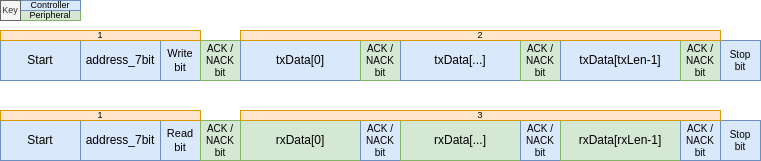
Earlier version of the draw.io export docs/modules/peripherals/images/I2C_Controller_Concept.png (AdamVeazey/edf). Source tidied: cells renumbered, new cells last; positions are measured from the earlier drawing's top-left corner, leaving out a move shared by most shapes.
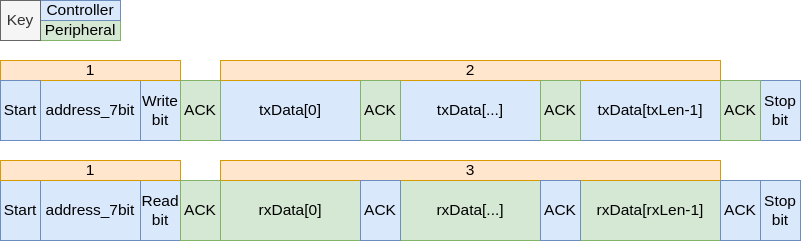
After the commit.

The edit, as a diff of the source:
```diff
@@ -2,92 +2,92 @@
   <root>
     <mxCell id="0" />
     <mxCell id="1" parent="0" />
-    <mxCell id="2" value="Peripheral" style="rounded=0;whiteSpace=wrap;html=1;fillColor=#d5e8d4;strokeColor=#82b366;fontSize=9;" parent="1" vertex="1">
-      <mxGeometry x="20" y="10" width="60" height="10" as="geometry" />
-    </mxCell>
-    <mxCell id="3" value="Controller" style="rounded=0;whiteSpace=wrap;html=1;fillColor=#dae8fc;strokeColor=#6c8ebf;fontSize=9;" parent="1" vertex="1">
-      <mxGeometry x="20" width="60" height="10" as="geometry" />
-    </mxCell>
-    <mxCell id="4" value="Start" style="rounded=0;whiteSpace=wrap;html=1;fillColor=#dae8fc;strokeColor=#6c8ebf;fontSize=12;" parent="1" vertex="1">
-      <mxGeometry y="40" width="80" height="40" as="geometry" />
-    </mxCell>
-    <mxCell id="5" value="address_7bit" style="rounded=0;whiteSpace=wrap;html=1;fillColor=#dae8fc;strokeColor=#6c8ebf;fontSize=12;" parent="1" vertex="1">
-      <mxGeometry x="80" y="40" width="80" height="40" as="geometry" />
+    <mxCell id="5" value="address_7bit" style="rounded=0;whiteSpace=wrap;html=1;fillColor=#dae8fc;strokeColor=#6c8ebf;fontSize=15.5;" parent="1" vertex="1">
+      <mxGeometry x="40" y="80" width="100" height="60" as="geometry" />
     </mxCell>
-    <mxCell id="6" value="Write bit" style="rounded=0;whiteSpace=wrap;html=1;fontSize=11;fillColor=#dae8fc;strokeColor=#6c8ebf;" parent="1" vertex="1">
-      <mxGeometry x="160" y="40" width="40" height="40" as="geometry" />
+    <mxCell id="6" value="Write bit" style="rounded=0;whiteSpace=wrap;html=1;fontSize=15.5;fillColor=#dae8fc;strokeColor=#6c8ebf;" parent="1" vertex="1">
+      <mxGeometry x="140" y="80" width="40" height="60" as="geometry" />
     </mxCell>
-    <mxCell id="7" value="ACK / NACK&lt;br style=&quot;font-size: 10px;&quot;&gt;bit" style="rounded=0;whiteSpace=wrap;html=1;fontSize=10;fillColor=#d5e8d4;strokeColor=#82b366;" parent="1" vertex="1">
-      <mxGeometry x="200" y="40" width="40" height="40" as="geometry" />
-    </mxCell>
-    <mxCell id="8" value="txData[0]" style="rounded=0;whiteSpace=wrap;html=1;fillColor=#dae8fc;strokeColor=#6c8ebf;fontSize=12;" parent="1" vertex="1">
-      <mxGeometry x="240" y="40" width="120" height="40" as="geometry" />
+    <mxCell id="8" value="txData[0]" style="rounded=0;whiteSpace=wrap;html=1;fillColor=#dae8fc;strokeColor=#6c8ebf;fontSize=15.5;" parent="1" vertex="1">
+      <mxGeometry x="220" y="80" width="140" height="60" as="geometry" />
     </mxCell>
-    <mxCell id="9" value="ACK / NACK&lt;br style=&quot;font-size: 10px;&quot;&gt;bit" style="rounded=0;whiteSpace=wrap;html=1;fontSize=10;fillColor=#d5e8d4;strokeColor=#82b366;" parent="1" vertex="1">
-      <mxGeometry x="360" y="40" width="40" height="40" as="geometry" />
-    </mxCell>
-    <mxCell id="10" value="txData[...]" style="rounded=0;whiteSpace=wrap;html=1;fillColor=#dae8fc;strokeColor=#6c8ebf;fontSize=12;" parent="1" vertex="1">
-      <mxGeometry x="400" y="40" width="120" height="40" as="geometry" />
+    <mxCell id="10" value="txData[...]" style="rounded=0;whiteSpace=wrap;html=1;fillColor=#dae8fc;strokeColor=#6c8ebf;fontSize=15.5;" parent="1" vertex="1">
+      <mxGeometry x="400" y="80" width="140" height="60" as="geometry" />
     </mxCell>
-    <mxCell id="11" value="ACK / NACK&lt;br style=&quot;font-size: 10px;&quot;&gt;bit" style="rounded=0;whiteSpace=wrap;html=1;fontSize=10;fillColor=#d5e8d4;strokeColor=#82b366;" parent="1" vertex="1">
-      <mxGeometry x="520" y="40" width="40" height="40" as="geometry" />
-    </mxCell>
-    <mxCell id="12" value="txData[txLen-1]" style="rounded=0;whiteSpace=wrap;html=1;fillColor=#dae8fc;strokeColor=#6c8ebf;fontSize=12;" parent="1" vertex="1">
-      <mxGeometry x="560" y="40" width="120" height="40" as="geometry" />
+    <mxCell id="12" value="txData[txLen-1]" style="rounded=0;whiteSpace=wrap;html=1;fillColor=#dae8fc;strokeColor=#6c8ebf;fontSize=15.5;" parent="1" vertex="1">
+      <mxGeometry x="580" y="80" width="140" height="60" as="geometry" />
     </mxCell>
-    <mxCell id="13" value="ACK / NACK&lt;br style=&quot;font-size: 10px;&quot;&gt;bit" style="rounded=0;whiteSpace=wrap;html=1;fontSize=10;fillColor=#d5e8d4;strokeColor=#82b366;" parent="1" vertex="1">
-      <mxGeometry x="680" y="40" width="40" height="40" as="geometry" />
-    </mxCell>
-    <mxCell id="14" value="Start" style="rounded=0;whiteSpace=wrap;html=1;fillColor=#dae8fc;strokeColor=#6c8ebf;fontSize=12;" parent="1" vertex="1">
-      <mxGeometry y="120" width="80" height="40" as="geometry" />
+    <mxCell id="14" value="Start" style="rounded=0;whiteSpace=wrap;html=1;fillColor=#dae8fc;strokeColor=#6c8ebf;fontSize=15.5;" parent="1" vertex="1">
+      <mxGeometry y="180" width="40" height="60" as="geometry" />
     </mxCell>
-    <mxCell id="15" value="address_7bit" style="rounded=0;whiteSpace=wrap;html=1;fillColor=#dae8fc;strokeColor=#6c8ebf;fontSize=12;" parent="1" vertex="1">
-      <mxGeometry x="80" y="120" width="80" height="40" as="geometry" />
+    <mxCell id="15" value="address_7bit" style="rounded=0;whiteSpace=wrap;html=1;fillColor=#dae8fc;strokeColor=#6c8ebf;fontSize=15.5;" parent="1" vertex="1">
+      <mxGeometry x="40" y="180" width="100" height="60" as="geometry" />
     </mxCell>
-    <mxCell id="16" value="Read&lt;br&gt;bit" style="rounded=0;whiteSpace=wrap;html=1;fontSize=11;fillColor=#dae8fc;strokeColor=#6c8ebf;" parent="1" vertex="1">
-      <mxGeometry x="160" y="120" width="40" height="40" as="geometry" />
+    <mxCell id="16" value="Read&lt;br style=&quot;font-size: 15.5px;&quot;&gt;bit" style="rounded=0;whiteSpace=wrap;html=1;fontSize=15.5;fillColor=#dae8fc;strokeColor=#6c8ebf;" parent="1" vertex="1">
+      <mxGeometry x="140" y="180" width="40" height="60" as="geometry" />
     </mxCell>
-    <mxCell id="17" value="ACK / NACK&lt;br style=&quot;font-size: 10px;&quot;&gt;bit" style="rounded=0;whiteSpace=wrap;html=1;fontSize=10;fillColor=#d5e8d4;strokeColor=#82b366;" parent="1" vertex="1">
-      <mxGeometry x="200" y="120" width="40" height="40" as="geometry" />
-    </mxCell>
-    <mxCell id="18" value="rxData[0]" style="rounded=0;whiteSpace=wrap;html=1;fillColor=#d5e8d4;strokeColor=#82b366;fontSize=12;" parent="1" vertex="1">
-      <mxGeometry x="240" y="120" width="120" height="40" as="geometry" />
+    <mxCell id="18" value="rxData[0]" style="rounded=0;whiteSpace=wrap;html=1;fillColor=#d5e8d4;strokeColor=#82b366;fontSize=15.5;" parent="1" vertex="1">
+      <mxGeometry x="220" y="180" width="140" height="60" as="geometry" />
     </mxCell>
-    <mxCell id="19" value="ACK / NACK&lt;br style=&quot;font-size: 10px;&quot;&gt;bit" style="rounded=0;whiteSpace=wrap;html=1;fontSize=10;fillColor=#dae8fc;strokeColor=#6c8ebf;" parent="1" vertex="1">
-      <mxGeometry x="360" y="120" width="40" height="40" as="geometry" />
-    </mxCell>
-    <mxCell id="20" value="rxData[...]" style="rounded=0;whiteSpace=wrap;html=1;fillColor=#d5e8d4;strokeColor=#82b366;fontSize=12;" parent="1" vertex="1">
-      <mxGeometry x="400" y="120" width="120" height="40" as="geometry" />
+    <mxCell id="20" value="rxData[...]" style="rounded=0;whiteSpace=wrap;html=1;fillColor=#d5e8d4;strokeColor=#82b366;fontSize=15.5;" parent="1" vertex="1">
+      <mxGeometry x="400" y="180" width="140" height="60" as="geometry" />
     </mxCell>
-    <mxCell id="21" value="ACK / NACK&lt;br style=&quot;font-size: 10px;&quot;&gt;bit" style="rounded=0;whiteSpace=wrap;html=1;fontSize=10;fillColor=#dae8fc;strokeColor=#6c8ebf;" parent="1" vertex="1">
-      <mxGeometry x="520" y="120" width="40" height="40" as="geometry" />
-    </mxCell>
-    <mxCell id="22" value="rxData[rxLen-1]" style="rounded=0;whiteSpace=wrap;html=1;fillColor=#d5e8d4;strokeColor=#82b366;fontSize=12;" parent="1" vertex="1">
-      <mxGeometry x="560" y="120" width="120" height="40" as="geometry" />
+    <mxCell id="22" value="rxData[rxLen-1]" style="rounded=0;whiteSpace=wrap;html=1;fillColor=#d5e8d4;strokeColor=#82b366;fontSize=15.5;" parent="1" vertex="1">
+      <mxGeometry x="580" y="180" width="140" height="60" as="geometry" />
     </mxCell>
-    <mxCell id="23" value="ACK / NACK&lt;br style=&quot;font-size: 10px;&quot;&gt;bit" style="rounded=0;whiteSpace=wrap;html=1;fontSize=10;fillColor=#dae8fc;strokeColor=#6c8ebf;" parent="1" vertex="1">
-      <mxGeometry x="680" y="120" width="40" height="40" as="geometry" />
-    </mxCell>
-    <mxCell id="24" value="Stop&lt;br style=&quot;font-size: 10px;&quot;&gt;bit" style="rounded=0;whiteSpace=wrap;html=1;fontSize=10;fillColor=#dae8fc;strokeColor=#6c8ebf;" parent="1" vertex="1">
-      <mxGeometry x="720" y="40" width="40" height="40" as="geometry" />
-    </mxCell>
-    <mxCell id="25" value="Stop&lt;br style=&quot;font-size: 10px;&quot;&gt;bit" style="rounded=0;whiteSpace=wrap;html=1;fontSize=10;fillColor=#dae8fc;strokeColor=#6c8ebf;" parent="1" vertex="1">
-      <mxGeometry x="720" y="120" width="40" height="40" as="geometry" />
+    <mxCell id="25" value="Stop&lt;br style=&quot;font-size: 15.5px;&quot;&gt;bit" style="rounded=0;whiteSpace=wrap;html=1;fontSize=15.5;fillColor=#dae8fc;strokeColor=#6c8ebf;" parent="1" vertex="1">
+      <mxGeometry x="760" y="180" width="40" height="60" as="geometry" />
     </mxCell>
-    <mxCell id="26" value="1" style="rounded=0;whiteSpace=wrap;html=1;fillColor=#ffe6cc;strokeColor=#d79b00;fontSize=9;" parent="1" vertex="1">
-      <mxGeometry y="30" width="200" height="10" as="geometry" />
+    <mxCell id="26" value="1" style="rounded=0;whiteSpace=wrap;html=1;fillColor=#ffe6cc;strokeColor=#d79b00;fontSize=15.5;" parent="1" vertex="1">
+      <mxGeometry y="60" width="180" height="20" as="geometry" />
     </mxCell>
-    <mxCell id="27" value="2" style="rounded=0;whiteSpace=wrap;html=1;fillColor=#ffe6cc;strokeColor=#d79b00;fontSize=9;" parent="1" vertex="1">
-      <mxGeometry x="240" y="30" width="480" height="10" as="geometry" />
+    <mxCell id="27" value="2" style="rounded=0;whiteSpace=wrap;html=1;fillColor=#ffe6cc;strokeColor=#d79b00;fontSize=15.5;" parent="1" vertex="1">
+      <mxGeometry x="220" y="60" width="500" height="20" as="geometry" />
     </mxCell>
-    <mxCell id="28" value="3" style="rounded=0;whiteSpace=wrap;html=1;fillColor=#ffe6cc;strokeColor=#d79b00;fontSize=9;" parent="1" vertex="1">
-      <mxGeometry x="240" y="110" width="480" height="10" as="geometry" />
+    <mxCell id="28" value="3" style="rounded=0;whiteSpace=wrap;html=1;fillColor=#ffe6cc;strokeColor=#d79b00;fontSize=15.5;" parent="1" vertex="1">
+      <mxGeometry x="220" y="160" width="500" height="20" as="geometry" />
     </mxCell>
+    <mxCell id="30" value="1" style="rounded=0;whiteSpace=wrap;html=1;fillColor=#ffe6cc;strokeColor=#d79b00;fontSize=15.5;" parent="1" vertex="1">
+      <mxGeometry y="160" width="180" height="20" as="geometry" />
+    </mxCell>
+    <mxCell id="2" value="Peripheral" style="rounded=0;whiteSpace=wrap;html=1;fillColor=#d5e8d4;strokeColor=#82b366;fontSize=15.5;fontFamily=Helvetica;labelBorderColor=none;" parent="1" vertex="1">
+      <mxGeometry x="40" y="20" width="80" height="20" as="geometry" />
+    </mxCell>
+    <mxCell id="3" value="Controller" style="rounded=0;whiteSpace=wrap;html=1;fillColor=#dae8fc;strokeColor=#6c8ebf;fontSize=15.5;fontFamily=Helvetica;labelBorderColor=none;" parent="1" vertex="1">
+      <mxGeometry x="40" width="80" height="20" as="geometry" />
+    </mxCell>
+    <mxCell id="4" value="Start" style="rounded=0;whiteSpace=wrap;html=1;fillColor=#dae8fc;strokeColor=#6c8ebf;fontSize=15.5;fontFamily=Helvetica;labelBorderColor=none;" parent="1" vertex="1">
+      <mxGeometry y="80" width="40" height="60" as="geometry" />
+    </mxCell>
+    <mxCell id="31" value="ACK" style="rounded=0;whiteSpace=wrap;html=1;fontSize=15.5;fillColor=#d5e8d4;strokeColor=#82b366;fontFamily=Helvetica;labelBorderColor=none;" parent="1" vertex="1">
+      <mxGeometry x="180" y="80" width="40" height="60" as="geometry" />
+    </mxCell>
+    <mxCell id="32" value="ACK" style="rounded=0;whiteSpace=wrap;html=1;fontSize=15.5;fillColor=#d5e8d4;strokeColor=#82b366;fontFamily=Helvetica;labelBorderColor=none;" parent="1" vertex="1">
+      <mxGeometry x="360" y="80" width="40" height="60" as="geometry" />
+    </mxCell>
+    <mxCell id="33" value="ACK" style="rounded=0;whiteSpace=wrap;html=1;fontSize=15.5;fillColor=#d5e8d4;strokeColor=#82b366;fontFamily=Helvetica;labelBorderColor=none;" parent="1" vertex="1">
+      <mxGeometry x="540" y="80" width="40" height="60" as="geometry" />
+    </mxCell>
+    <mxCell id="24" value="Stop&lt;br style=&quot;font-size: 15.5px;&quot;&gt;bit" style="rounded=0;whiteSpace=wrap;html=1;fontSize=15.5;fillColor=#dae8fc;strokeColor=#6c8ebf;fontFamily=Helvetica;labelBorderColor=none;" parent="1" vertex="1">
+      <mxGeometry x="760" y="80" width="40" height="60" as="geometry" />
+    </mxCell>
-    <mxCell id="29" value="Key" style="rounded=0;whiteSpace=wrap;html=1;fontSize=9;fillColor=#f5f5f5;fontColor=#333333;strokeColor=#666666;" parent="1" vertex="1">
-      <mxGeometry width="20" height="20" as="geometry" />
+    <mxCell id="29" value="Key" style="rounded=0;whiteSpace=wrap;html=1;fontSize=15.5;fillColor=#f5f5f5;fontColor=#333333;strokeColor=#666666;fontFamily=Helvetica;labelBorderColor=none;" parent="1" vertex="1">
+      <mxGeometry width="40" height="40" as="geometry" />
     </mxCell>
-    <mxCell id="30" value="1" style="rounded=0;whiteSpace=wrap;html=1;fillColor=#ffe6cc;strokeColor=#d79b00;fontSize=9;" parent="1" vertex="1">
-      <mxGeometry y="110" width="200" height="10" as="geometry" />
-    </mxCell>
+    <mxCell id="34" value="ACK" style="rounded=0;whiteSpace=wrap;html=1;fontSize=15.5;fillColor=#d5e8d4;strokeColor=#82b366;fontFamily=Helvetica;labelBorderColor=none;" parent="1" vertex="1">
+      <mxGeometry x="720" y="80" width="40" height="60" as="geometry" />
+    </mxCell>
+    <mxCell id="35" value="ACK" style="rounded=0;whiteSpace=wrap;html=1;fontSize=15.5;fillColor=#dae8fc;strokeColor=#6c8ebf;fontFamily=Helvetica;labelBorderColor=none;" parent="1" vertex="1">
+      <mxGeometry x="720" y="180" width="40" height="60" as="geometry" />
+    </mxCell>
+    <mxCell id="36" value="ACK" style="rounded=0;whiteSpace=wrap;html=1;fontSize=15.5;fillColor=#d5e8d4;strokeColor=#82b366;fontFamily=Helvetica;labelBorderColor=none;" parent="1" vertex="1">
+      <mxGeometry x="180" y="180" width="40" height="60" as="geometry" />
+    </mxCell>
+    <mxCell id="37" value="ACK" style="rounded=0;whiteSpace=wrap;html=1;fontSize=15.5;fillColor=#dae8fc;strokeColor=#6c8ebf;fontFamily=Helvetica;labelBorderColor=none;" parent="1" vertex="1">
+      <mxGeometry x="360" y="180" width="40" height="60" as="geometry" />
+    </mxCell>
+    <mxCell id="38" value="ACK" style="rounded=0;whiteSpace=wrap;html=1;fontSize=15.5;fillColor=#dae8fc;strokeColor=#6c8ebf;fontFamily=Helvetica;labelBorderColor=none;" parent="1" vertex="1">
+      <mxGeometry x="540" y="180" width="40" height="60" as="geometry" />
+    </mxCell>
   </root>
 </mxGraphModel>
```
